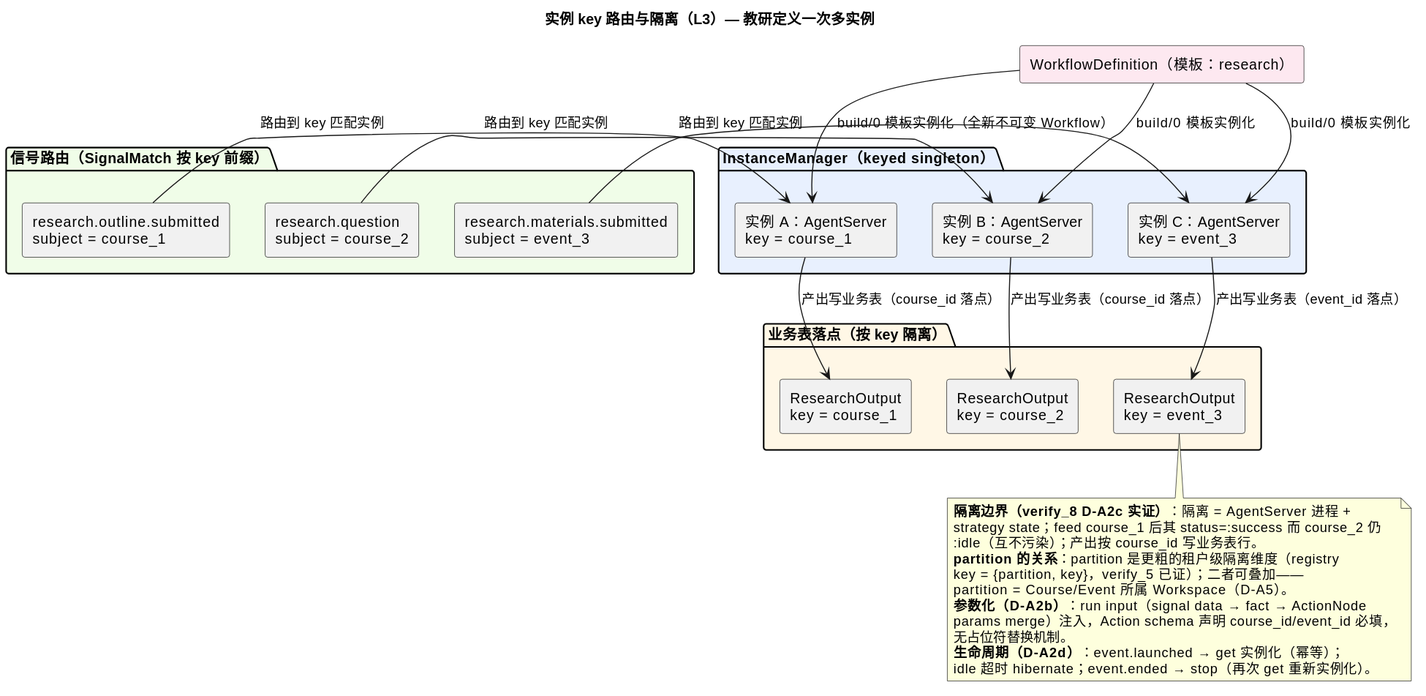
Above: docs/diagrams/key-routing-isolation.svg in CodingGirlsClub/cgc_2046 (PlantUML), before the change. Its diagram source:
```plantuml
@startuml
title 实例 key 路由与隔离（L3）— 教研定义一次多实例
skinparam backgroundColor white

rectangle "WorkflowDefinition（模板：research）" as TEMPLATE #FDE8F0

package "InstanceManager（keyed singleton）" #E8F0FE {
    rectangle "实例 A：AgentServer\nkey = course_1" as INST1
    rectangle "实例 B：AgentServer\nkey = course_2" as INST2
    rectangle "实例 C：AgentServer\nkey = event_3" as INST3
}

package "信号路由（SignalMatch 按 key 前缀）" #F0FDE8 {
    rectangle "research.outline.submitted\nsubject = course_1" as SIG1
    rectangle "research.question\nsubject = course_2" as SIG2
    rectangle "research.materials.submitted\nsubject = event_3" as SIG3
}

package "业务表落点（按 key 隔离）" #FFF7E6 {
    rectangle "ResearchOutput\nkey = course_1" as OUT1
    rectangle "ResearchOutput\nkey = course_2" as OUT2
    rectangle "ResearchOutput\nkey = event_3" as OUT3
}

TEMPLATE -down-> INST1 : build/0 模板实例化（全新不可变 Workflow）
TEMPLATE -down-> INST2 : build/0 模板实例化
TEMPLATE -down-> INST3 : build/0 模板实例化

SIG1 -right-> INST1 : 路由到 key 匹配实例
SIG2 -right-> INST2 : 路由到 key 匹配实例
SIG3 -right-> INST3 : 路由到 key 匹配实例

INST1 -down-> OUT1 : 产出写业务表（course_id 落点）
INST2 -down-> OUT2 : 产出写业务表（course_id 落点）
INST3 -down-> OUT3 : 产出写业务表（event_id 落点）

note bottom
  **隔离边界（verify_8 D-A2c 实证）**：隔离 = AgentServer 进程 +
  strategy state；feed course_1 后其 status=:success 而 course_2 仍
  :idle（互不污染）；产出按 course_id 写业务表行。
  **partition 的关系**：partition 是更粗的租户级隔离维度（registry
  key = {partition, key}，verify_5 已证）；二者可叠加——
  partition = Course/Event 所属 Workspace（D-A5）。
  **参数化（D-A2b）**：run input（signal data → fact → ActionNode
  params merge）注入，Action schema 声明 course_id/event_id 必填，
  无占位符替换机制。
  **生命周期（D-A2d）**：event.launched → get 实例化（幂等）；
  idle 超时 hibernate；event.ended → stop（再次 get 重新实例化）。
end note
@enduml
```
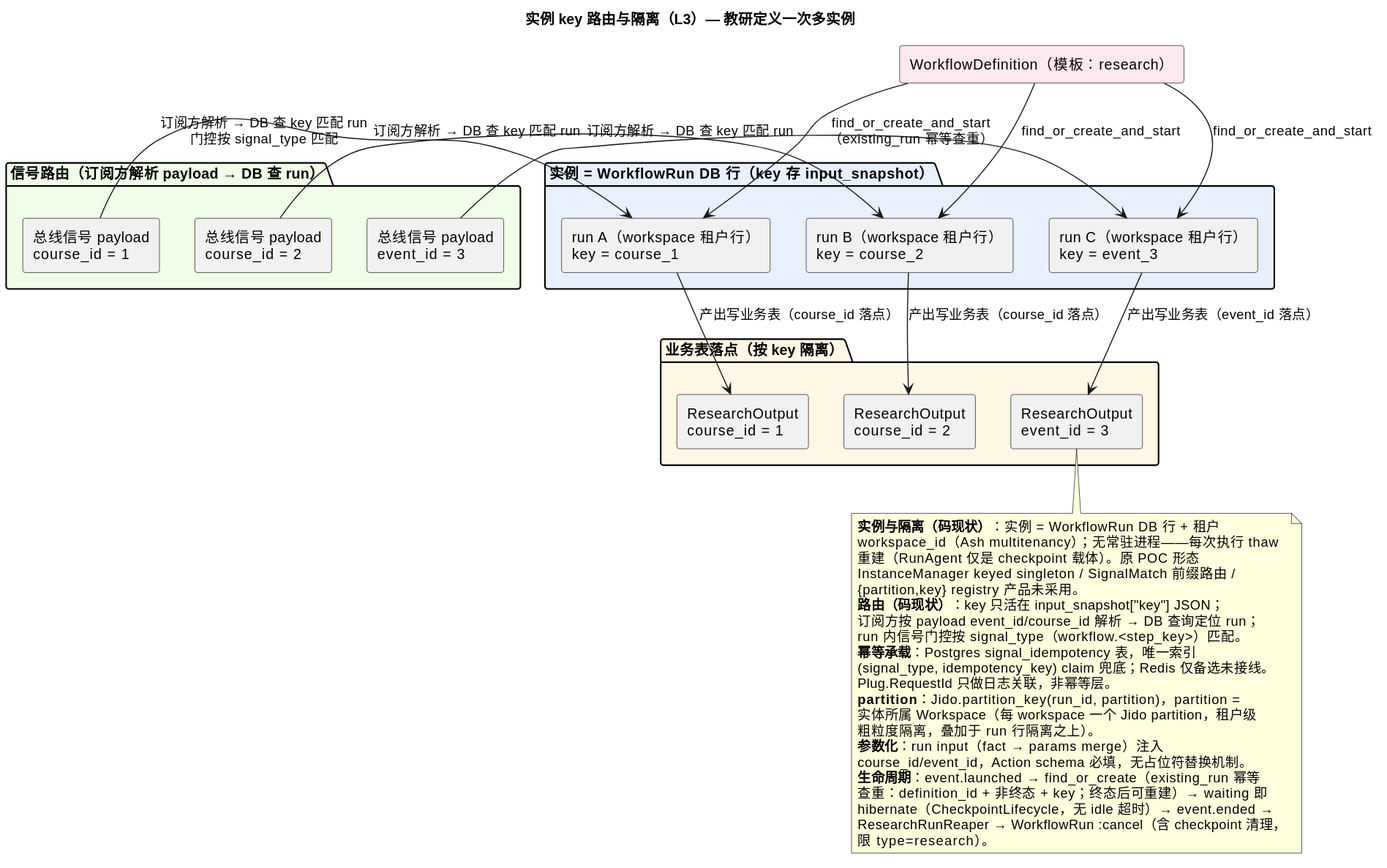
Above is the later version.

What changed in the source:
```diff
@@ -4,47 +4,57 @@
 
 rectangle "WorkflowDefinition（模板：research）" as TEMPLATE #FDE8F0
 
-package "InstanceManager（keyed singleton）" #E8F0FE {
-    rectangle "实例 A：AgentServer\nkey = course_1" as INST1
-    rectangle "实例 B：AgentServer\nkey = course_2" as INST2
-    rectangle "实例 C：AgentServer\nkey = event_3" as INST3
+package "实例 = WorkflowRun DB 行（key 存 input_snapshot）" #E8F0FE {
+    rectangle "run A（workspace 租户行）\nkey = course_1" as INST1
+    rectangle "run B（workspace 租户行）\nkey = course_2" as INST2
+    rectangle "run C（workspace 租户行）\nkey = event_3" as INST3
 }
 
-package "信号路由（SignalMatch 按 key 前缀）" #F0FDE8 {
-    rectangle "research.outline.submitted\nsubject = course_1" as SIG1
-    rectangle "research.question\nsubject = course_2" as SIG2
-    rectangle "research.materials.submitted\nsubject = event_3" as SIG3
+package "信号路由（订阅方解析 payload → DB 查 run）" #F0FDE8 {
+    rectangle "总线信号 payload\ncourse_id = 1" as SIG1
+    rectangle "总线信号 payload\ncourse_id = 2" as SIG2
+    rectangle "总线信号 payload\nevent_id = 3" as SIG3
 }
 
 package "业务表落点（按 key 隔离）" #FFF7E6 {
-    rectangle "ResearchOutput\nkey = course_1" as OUT1
-    rectangle "ResearchOutput\nkey = course_2" as OUT2
-    rectangle "ResearchOutput\nkey = event_3" as OUT3
+    rectangle "ResearchOutput\ncourse_id = 1" as OUT1
+    rectangle "ResearchOutput\ncourse_id = 2" as OUT2
+    rectangle "ResearchOutput\nevent_id = 3" as OUT3
 }
 
-TEMPLATE -down-> INST1 : build/0 模板实例化（全新不可变 Workflow）
-TEMPLATE -down-> INST2 : build/0 模板实例化
-TEMPLATE -down-> INST3 : build/0 模板实例化
+TEMPLATE -down-> INST1 : find_or_create_and_start\n（existing_run 幂等查重）
+TEMPLATE -down-> INST2 : find_or_create_and_start
+TEMPLATE -down-> INST3 : find_or_create_and_start
 
-SIG1 -right-> INST1 : 路由到 key 匹配实例
-SIG2 -right-> INST2 : 路由到 key 匹配实例
-SIG3 -right-> INST3 : 路由到 key 匹配实例
+SIG1 -right-> INST1 : 订阅方解析 → DB 查 key 匹配 run\n门控按 signal_type 匹配
+SIG2 -right-> INST2 : 订阅方解析 → DB 查 key 匹配 run
+SIG3 -right-> INST3 : 订阅方解析 → DB 查 key 匹配 run
 
 INST1 -down-> OUT1 : 产出写业务表（course_id 落点）
 INST2 -down-> OUT2 : 产出写业务表（course_id 落点）
 INST3 -down-> OUT3 : 产出写业务表（event_id 落点）
 
 note bottom
-  **隔离边界（verify_8 D-A2c 实证）**：隔离 = AgentServer 进程 +
-  strategy state；feed course_1 后其 status=:success 而 course_2 仍
-  :idle（互不污染）；产出按 course_id 写业务表行。
-  **partition 的关系**：partition 是更粗的租户级隔离维度（registry
-  key = {partition, key}，verify_5 已证）；二者可叠加——
-  partition = Course/Event 所属 Workspace（D-A5）。
-  **参数化（D-A2b）**：run input（signal data → fact → ActionNode
-  params merge）注入，Action schema 声明 course_id/event_id 必填，
-  无占位符替换机制。
-  **生命周期（D-A2d）**：event.launched → get 实例化（幂等）；
-  idle 超时 hibernate；event.ended → stop（再次 get 重新实例化）。
+  **实例与隔离（码现状）**：实例 = WorkflowRun DB 行 + 租户
+  workspace_id（Ash multitenancy）；无常驻进程——每次执行 thaw
+  重建（RunAgent 仅是 checkpoint 载体）。原 POC 形态
+  InstanceManager keyed singleton / SignalMatch 前缀路由 /
+  {partition,key} registry 产品未采用。
+  **路由（码现状）**：key 只活在 input_snapshot["key"] JSON；
+  订阅方按 payload event_id/course_id 解析 → DB 查询定位 run；
+  run 内信号门控按 signal_type（workflow.<step_key>）匹配。
+  **幂等承载**：Postgres signal_idempotency 表，唯一索引
+  (signal_type, idempotency_key) claim 兜底；Redis 仅备选未接线。
+  Plug.RequestId 只做日志关联，非幂等层。
+  **partition**：Jido.partition_key(run_id, partition)，partition =
+  实体所属 Workspace（每 workspace 一个 Jido partition，租户级
+  粗粒度隔离，叠加于 run 行隔离之上）。
+  **参数化**：run input（fact → params merge）注入
+  course_id/event_id，Action schema 必填，无占位符替换机制。
+  **生命周期**：event.launched → find_or_create（existing_run 幂等
+  查重：definition_id + 非终态 + key；终态后可重建）→ waiting 即
+  hibernate（CheckpointLifecycle，无 idle 超时）→ event.ended →
+  ResearchRunReaper → WorkflowRun :cancel（含 checkpoint 清理，
+  限 type=research）。
 end note
 @enduml
```
